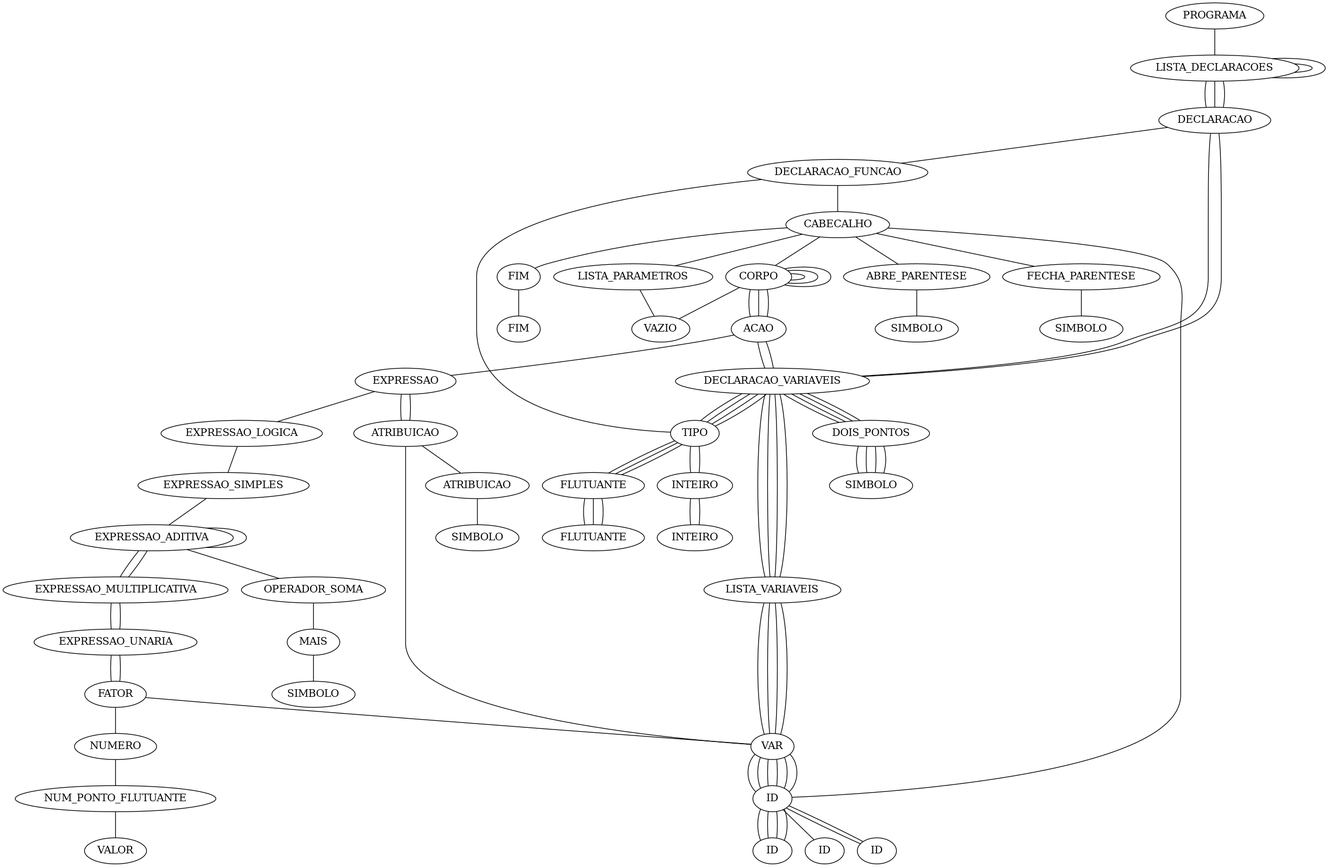
Earlier version of the Graphviz export semantica-testes/sema-007.tpp.ast2.png (CaioCintra/CompiladorTpp). Its source is kept beside it as semantica-testes/sema-007.tpp.unique.ast.dot.
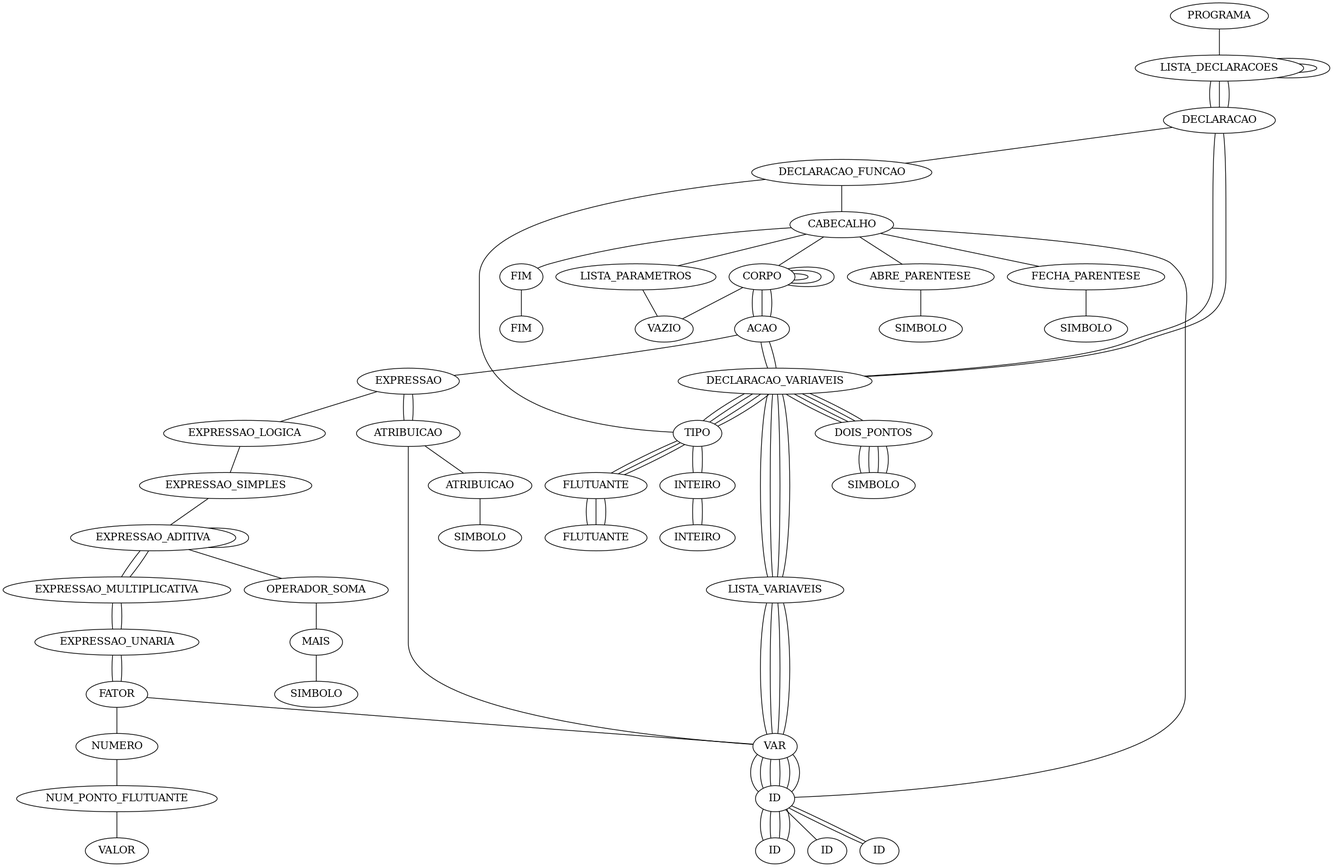
Above is the later version.

Diff of the diagram source:
```diff
@@ -1,195 +1,195 @@
 digraph tree {
-    "0x7f58ed5dc760" [label="programa"];
-    "0x7f58ed5dcfa0" [label="lista_declaracoes"];
-    "0x7f58ed5dc850" [label="lista_declaracoes"];
-    "0x7f58ed5dc430" [label="lista_declaracoes"];
-    "0x7f58ed5dc1c0" [label="declaracao"];
-    "0x7f58ed5dc040" [label="declaracao_variaveis"];
-    "0x7f58ed5dc6a0" [label="tipo"];
-    "0x7f58ed5dc5b0" [label="INTEIRO"];
-    "0x7f58ed5dc250" [label="inteiro"];
-    "0x7f58ed5dc340" [label="dois_pontos"];
-    "0x7f58ed5dc5e0" [label=":"];
-    "0x7f58ed5dc460" [label="lista_variaveis"];
-    "0x7f58ed5dc2b0" [label="var"];
-    "0x7f58ed5dc4f0" [label="ID"];
-    "0x7f58ed5dc700" [label="a"];
-    "0x7f58ed5dc790" [label="declaracao"];
-    "0x7f58ed5dc910" [label="declaracao_variaveis"];
-    "0x7f58ed5dc7c0" [label="tipo"];
-    "0x7f58ed5dc7f0" [label="FLUTUANTE"];
-    "0x7f58ed5dc820" [label="flutuante"];
-    "0x7f58ed5dca30" [label="dois_pontos"];
-    "0x7f58ed5dca60" [label=":"];
-    "0x7f58ed5dc880" [label="lista_variaveis"];
-    "0x7f58ed5dc580" [label="var"];
-    "0x7f58ed5dc610" [label="ID"];
-    "0x7f58ed5dc970" [label="a"];
-    "0x7f58ed5dca90" [label="declaracao"];
-    "0x7f58ed5dc8b0" [label="declaracao_funcao"];
-    "0x7f58ed5dc4c0" [label="tipo"];
-    "0x7f58ed5dc640" [label="INTEIRO"];
-    "0x7f58ed5dcac0" [label="inteiro"];
-    "0x7f58ed5dcd90" [label="cabecalho"];
-    "0x7f58ed5fd220" [label="ID"];
-    "0x7f58ed5fd250" [label="principal"];
-    "0x7f58ed5fd880" [label="ABRE_PARENTESE"];
-    "0x7f58ed5fd8b0" [label="("];
-    "0x7f58ed5dcbe0" [label="lista_parametros"];
-    "0x7f58ed5dc940" [label="vazio"];
-    "0x7f58ed5fd8e0" [label="FECHA_PARENTESE"];
-    "0x7f58ed5fd910" [label=")"];
-    "0x7f58ed5fd7f0" [label="corpo"];
-    "0x7f58ed5dcf70" [label="corpo"];
-    "0x7f58ed5dce80" [label="corpo"];
-    "0x7f58ed5dcd00" [label="corpo"];
-    "0x7f58ed5dcaf0" [label="vazio"];
-    "0x7f58ed5dcd30" [label="acao"];
-    "0x7f58ed5dce20" [label="declaracao_variaveis"];
-    "0x7f58ed5dcc10" [label="tipo"];
-    "0x7f58ed5dcc70" [label="FLUTUANTE"];
-    "0x7f58ed5dcdf0" [label="flutuante"];
-    "0x7f58ed5dcee0" [label="dois_pontos"];
-    "0x7f58ed5fd040" [label=":"];
-    "0x7f58ed5dce50" [label="lista_variaveis"];
-    "0x7f58ed5dcca0" [label="var"];
-    "0x7f58ed5dcc40" [label="ID"];
-    "0x7f58ed5dcf40" [label="a"];
-    "0x7f58ed5dcfd0" [label="acao"];
-    "0x7f58ed5fd0a0" [label="declaracao_variaveis"];
-    "0x7f58ed5dcb80" [label="tipo"];
-    "0x7f58ed5dccd0" [label="FLUTUANTE"];
-    "0x7f58ed5fd070" [label="flutuante"];
-    "0x7f58ed5fd160" [label="dois_pontos"];
-    "0x7f58ed5fd280" [label=":"];
-    "0x7f58ed5fd0d0" [label="lista_variaveis"];
-    "0x7f58ed5dcf10" [label="var"];
-    "0x7f58ed5dceb0" [label="ID"];
-    "0x7f58ed5fd1c0" [label="b"];
-    "0x7f58ed5fd7c0" [label="acao"];
-    "0x7f58ed5fd100" [label="expressao"];
-    "0x7f58ed5fd4f0" [label="atribuicao"];
-    "0x7f58ed5dcdc0" [label="var"];
-    "0x7f58ed5dcd60" [label="ID"];
-    "0x7f58ed5fd2b0" [label="b"];
-    "0x7f58ed5fd490" [label="ATRIBUICAO"];
-    "0x7f58ed5fd760" [label=":="];
-    "0x7f58ed5fd730" [label="expressao"];
-    "0x7f58ed5fd700" [label="expressao_logica"];
-    "0x7f58ed5fd460" [label="expressao_simples"];
-    "0x7f58ed5fd550" [label="expressao_aditiva"];
-    "0x7f58ed5fd340" [label="expressao_aditiva"];
-    "0x7f58ed5fd430" [label="expressao_multiplicativa"];
-    "0x7f58ed5fd2e0" [label="expressao_unaria"];
-    "0x7f58ed5fd310" [label="fator"];
-    "0x7f58ed5fd190" [label="var"];
-    "0x7f58ed5fd130" [label="ID"];
-    "0x7f58ed5fd400" [label="a"];
-    "0x7f58ed5fd5b0" [label="operador_soma"];
-    "0x7f58ed5fd3d0" [label="MAIS"];
-    "0x7f58ed5fd4c0" [label="+"];
-    "0x7f58ed5fd6d0" [label="expressao_multiplicativa"];
-    "0x7f58ed5fd5e0" [label="expressao_unaria"];
-    "0x7f58ed5fd520" [label="fator"];
-    "0x7f58ed5fd370" [label="numero"];
-    "0x7f58ed5fd3a0" [label="NUM_PONTO_FLUTUANTE"];
-    "0x7f58ed5fd6a0" [label="1.0"];
-    "0x7f58ed5fd940" [label="FIM"];
-    "0x7f58ed5fd970" [label="fim"];
-    "0x7f58ed5dc760" -> "0x7f58ed5dcfa0";
-    "0x7f58ed5dcfa0" -> "0x7f58ed5dc850";
-    "0x7f58ed5dcfa0" -> "0x7f58ed5dca90";
-    "0x7f58ed5dc850" -> "0x7f58ed5dc430";
-    "0x7f58ed5dc850" -> "0x7f58ed5dc790";
-    "0x7f58ed5dc430" -> "0x7f58ed5dc1c0";
-    "0x7f58ed5dc1c0" -> "0x7f58ed5dc040";
-    "0x7f58ed5dc040" -> "0x7f58ed5dc6a0";
-    "0x7f58ed5dc040" -> "0x7f58ed5dc340";
-    "0x7f58ed5dc040" -> "0x7f58ed5dc460";
-    "0x7f58ed5dc6a0" -> "0x7f58ed5dc5b0";
-    "0x7f58ed5dc5b0" -> "0x7f58ed5dc250";
-    "0x7f58ed5dc340" -> "0x7f58ed5dc5e0";
-    "0x7f58ed5dc460" -> "0x7f58ed5dc2b0";
-    "0x7f58ed5dc2b0" -> "0x7f58ed5dc4f0";
-    "0x7f58ed5dc4f0" -> "0x7f58ed5dc700";
-    "0x7f58ed5dc790" -> "0x7f58ed5dc910";
-    "0x7f58ed5dc910" -> "0x7f58ed5dc7c0";
-    "0x7f58ed5dc910" -> "0x7f58ed5dca30";
-    "0x7f58ed5dc910" -> "0x7f58ed5dc880";
-    "0x7f58ed5dc7c0" -> "0x7f58ed5dc7f0";
-    "0x7f58ed5dc7f0" -> "0x7f58ed5dc820";
-    "0x7f58ed5dca30" -> "0x7f58ed5dca60";
-    "0x7f58ed5dc880" -> "0x7f58ed5dc580";
-    "0x7f58ed5dc580" -> "0x7f58ed5dc610";
-    "0x7f58ed5dc610" -> "0x7f58ed5dc970";
-    "0x7f58ed5dca90" -> "0x7f58ed5dc8b0";
-    "0x7f58ed5dc8b0" -> "0x7f58ed5dc4c0";
-    "0x7f58ed5dc8b0" -> "0x7f58ed5dcd90";
-    "0x7f58ed5dc4c0" -> "0x7f58ed5dc640";
-    "0x7f58ed5dc640" -> "0x7f58ed5dcac0";
-    "0x7f58ed5dcd90" -> "0x7f58ed5fd220";
-    "0x7f58ed5dcd90" -> "0x7f58ed5fd880";
-    "0x7f58ed5dcd90" -> "0x7f58ed5dcbe0";
-    "0x7f58ed5dcd90" -> "0x7f58ed5fd8e0";
-    "0x7f58ed5dcd90" -> "0x7f58ed5fd7f0";
-    "0x7f58ed5dcd90" -> "0x7f58ed5fd940";
-    "0x7f58ed5fd220" -> "0x7f58ed5fd250";
-    "0x7f58ed5fd880" -> "0x7f58ed5fd8b0";
-    "0x7f58ed5dcbe0" -> "0x7f58ed5dc940";
-    "0x7f58ed5fd8e0" -> "0x7f58ed5fd910";
-    "0x7f58ed5fd7f0" -> "0x7f58ed5dcf70";
-    "0x7f58ed5fd7f0" -> "0x7f58ed5fd7c0";
-    "0x7f58ed5dcf70" -> "0x7f58ed5dce80";
-    "0x7f58ed5dcf70" -> "0x7f58ed5dcfd0";
-    "0x7f58ed5dce80" -> "0x7f58ed5dcd00";
-    "0x7f58ed5dce80" -> "0x7f58ed5dcd30";
-    "0x7f58ed5dcd00" -> "0x7f58ed5dcaf0";
-    "0x7f58ed5dcd30" -> "0x7f58ed5dce20";
-    "0x7f58ed5dce20" -> "0x7f58ed5dcc10";
-    "0x7f58ed5dce20" -> "0x7f58ed5dcee0";
-    "0x7f58ed5dce20" -> "0x7f58ed5dce50";
-    "0x7f58ed5dcc10" -> "0x7f58ed5dcc70";
-    "0x7f58ed5dcc70" -> "0x7f58ed5dcdf0";
-    "0x7f58ed5dcee0" -> "0x7f58ed5fd040";
-    "0x7f58ed5dce50" -> "0x7f58ed5dcca0";
-    "0x7f58ed5dcca0" -> "0x7f58ed5dcc40";
-    "0x7f58ed5dcc40" -> "0x7f58ed5dcf40";
-    "0x7f58ed5dcfd0" -> "0x7f58ed5fd0a0";
-    "0x7f58ed5fd0a0" -> "0x7f58ed5dcb80";
-    "0x7f58ed5fd0a0" -> "0x7f58ed5fd160";
-    "0x7f58ed5fd0a0" -> "0x7f58ed5fd0d0";
-    "0x7f58ed5dcb80" -> "0x7f58ed5dccd0";
-    "0x7f58ed5dccd0" -> "0x7f58ed5fd070";
-    "0x7f58ed5fd160" -> "0x7f58ed5fd280";
-    "0x7f58ed5fd0d0" -> "0x7f58ed5dcf10";
-    "0x7f58ed5dcf10" -> "0x7f58ed5dceb0";
-    "0x7f58ed5dceb0" -> "0x7f58ed5fd1c0";
-    "0x7f58ed5fd7c0" -> "0x7f58ed5fd100";
-    "0x7f58ed5fd100" -> "0x7f58ed5fd4f0";
-    "0x7f58ed5fd4f0" -> "0x7f58ed5dcdc0";
-    "0x7f58ed5fd4f0" -> "0x7f58ed5fd490";
-    "0x7f58ed5fd4f0" -> "0x7f58ed5fd730";
-    "0x7f58ed5dcdc0" -> "0x7f58ed5dcd60";
-    "0x7f58ed5dcd60" -> "0x7f58ed5fd2b0";
-    "0x7f58ed5fd490" -> "0x7f58ed5fd760";
-    "0x7f58ed5fd730" -> "0x7f58ed5fd700";
-    "0x7f58ed5fd700" -> "0x7f58ed5fd460";
-    "0x7f58ed5fd460" -> "0x7f58ed5fd550";
-    "0x7f58ed5fd550" -> "0x7f58ed5fd340";
-    "0x7f58ed5fd550" -> "0x7f58ed5fd5b0";
-    "0x7f58ed5fd550" -> "0x7f58ed5fd6d0";
-    "0x7f58ed5fd340" -> "0x7f58ed5fd430";
-    "0x7f58ed5fd430" -> "0x7f58ed5fd2e0";
-    "0x7f58ed5fd2e0" -> "0x7f58ed5fd310";
-    "0x7f58ed5fd310" -> "0x7f58ed5fd190";
-    "0x7f58ed5fd190" -> "0x7f58ed5fd130";
-    "0x7f58ed5fd130" -> "0x7f58ed5fd400";
-    "0x7f58ed5fd5b0" -> "0x7f58ed5fd3d0";
-    "0x7f58ed5fd3d0" -> "0x7f58ed5fd4c0";
-    "0x7f58ed5fd6d0" -> "0x7f58ed5fd5e0";
-    "0x7f58ed5fd5e0" -> "0x7f58ed5fd520";
-    "0x7f58ed5fd520" -> "0x7f58ed5fd370";
-    "0x7f58ed5fd370" -> "0x7f58ed5fd3a0";
-    "0x7f58ed5fd3a0" -> "0x7f58ed5fd6a0";
-    "0x7f58ed5fd940" -> "0x7f58ed5fd970";
+    "0x7f14ed8459d0" [label="programa"];
+    "0x7f14ed845b50" [label="lista_declaracoes"];
+    "0x7f14ed845b20" [label="lista_declaracoes"];
+    "0x7f14ed845850" [label="lista_declaracoes"];
+    "0x7f14ed845670" [label="declaracao"];
+    "0x7f14ed845430" [label="declaracao_variaveis"];
+    "0x7f14ed845700" [label="tipo"];
+    "0x7f14ed845550" [label="INTEIRO"];
+    "0x7f14ed845520" [label="inteiro"];
+    "0x7f14ed8457c0" [label="dois_pontos"];
+    "0x7f14ed8457f0" [label=":"];
+    "0x7f14ed845820" [label="lista_variaveis"];
+    "0x7f14ed8452e0" [label="var"];
+    "0x7f14ed845880" [label="ID"];
+    "0x7f14ed845970" [label="a"];
+    "0x7f14ed845a00" [label="declaracao"];
+    "0x7f14ed845ac0" [label="declaracao_variaveis"];
+    "0x7f14ed845a30" [label="tipo"];
+    "0x7f14ed845a60" [label="FLUTUANTE"];
+    "0x7f14ed845a90" [label="flutuante"];
+    "0x7f14ed845b80" [label="dois_pontos"];
+    "0x7f14ed845ca0" [label=":"];
+    "0x7f14ed845af0" [label="lista_variaveis"];
+    "0x7f14ed845940" [label="var"];
+    "0x7f14ed8455e0" [label="ID"];
+    "0x7f14ed845be0" [label="a"];
+    "0x7f14ed845c70" [label="declaracao"];
+    "0x7f14ed8459a0" [label="declaracao_funcao"];
+    "0x7f14ed8458e0" [label="tipo"];
+    "0x7f14ed845490" [label="INTEIRO"];
+    "0x7f14ed845cd0" [label="inteiro"];
+    "0x7f14ed7ea250" [label="cabecalho"];
+    "0x7f14ed7ea040" [label="ID"];
+    "0x7f14ed7ea490" [label="principal"];
+    "0x7f14ed7ea220" [label="ABRE_PARENTESE"];
+    "0x7f14ed7eaaf0" [label="("];
+    "0x7f14ed845e50" [label="lista_parametros"];
+    "0x7f14ed845bb0" [label="vazio"];
+    "0x7f14ed7eab20" [label="FECHA_PARENTESE"];
+    "0x7f14ed7eab50" [label=")"];
+    "0x7f14ed7eaa60" [label="corpo"];
+    "0x7f14ed7ea370" [label="corpo"];
+    "0x7f14ed7ea130" [label="corpo"];
+    "0x7f14ed845f70" [label="corpo"];
+    "0x7f14ed845d00" [label="vazio"];
+    "0x7f14ed845fa0" [label="acao"];
+    "0x7f14ed7ea0d0" [label="declaracao_variaveis"];
+    "0x7f14ed845e80" [label="tipo"];
+    "0x7f14ed845ee0" [label="FLUTUANTE"];
+    "0x7f14ed7ea0a0" [label="flutuante"];
+    "0x7f14ed7ea190" [label="dois_pontos"];
+    "0x7f14ed7ea2b0" [label=":"];
+    "0x7f14ed7ea100" [label="lista_variaveis"];
+    "0x7f14ed845f10" [label="var"];
+    "0x7f14ed845eb0" [label="ID"];
+    "0x7f14ed7ea1f0" [label="a"];
+    "0x7f14ed7ea280" [label="acao"];
+    "0x7f14ed7ea310" [label="declaracao_variaveis"];
+    "0x7f14ed845df0" [label="tipo"];
+    "0x7f14ed845f40" [label="FLUTUANTE"];
+    "0x7f14ed7ea2e0" [label="flutuante"];
+    "0x7f14ed7ea3d0" [label="dois_pontos"];
+    "0x7f14ed7ea4f0" [label=":"];
+    "0x7f14ed7ea340" [label="lista_variaveis"];
+    "0x7f14ed7ea1c0" [label="var"];
+    "0x7f14ed7ea160" [label="ID"];
+    "0x7f14ed7ea430" [label="b"];
+    "0x7f14ed7eaa30" [label="acao"];
+    "0x7f14ed7ea4c0" [label="expressao"];
+    "0x7f14ed7ea760" [label="atribuicao"];
+    "0x7f14ed845fd0" [label="var"];
+    "0x7f14ed7ea070" [label="ID"];
+    "0x7f14ed7ea520" [label="b"];
+    "0x7f14ed7ea700" [label="ATRIBUICAO"];
+    "0x7f14ed7ea9d0" [label=":="];
+    "0x7f14ed7ea9a0" [label="expressao"];
+    "0x7f14ed7ea970" [label="expressao_logica"];
+    "0x7f14ed7ea6d0" [label="expressao_simples"];
+    "0x7f14ed7ea7c0" [label="expressao_aditiva"];
+    "0x7f14ed7ea5b0" [label="expressao_aditiva"];
+    "0x7f14ed7ea6a0" [label="expressao_multiplicativa"];
+    "0x7f14ed7ea550" [label="expressao_unaria"];
+    "0x7f14ed7ea580" [label="fator"];
+    "0x7f14ed7ea400" [label="var"];
+    "0x7f14ed7ea3a0" [label="ID"];
+    "0x7f14ed7ea670" [label="a"];
+    "0x7f14ed7ea820" [label="operador_soma"];
+    "0x7f14ed7ea640" [label="MAIS"];
+    "0x7f14ed7ea730" [label="+"];
+    "0x7f14ed7ea940" [label="expressao_multiplicativa"];
+    "0x7f14ed7ea850" [label="expressao_unaria"];
+    "0x7f14ed7ea790" [label="fator"];
+    "0x7f14ed7ea5e0" [label="numero"];
+    "0x7f14ed7ea610" [label="NUM_PONTO_FLUTUANTE"];
+    "0x7f14ed7ea910" [label="1.0"];
+    "0x7f14ed7eab80" [label="FIM"];
+    "0x7f14ed7eabb0" [label="fim"];
+    "0x7f14ed8459d0" -> "0x7f14ed845b50";
+    "0x7f14ed845b50" -> "0x7f14ed845b20";
+    "0x7f14ed845b50" -> "0x7f14ed845c70";
+    "0x7f14ed845b20" -> "0x7f14ed845850";
+    "0x7f14ed845b20" -> "0x7f14ed845a00";
+    "0x7f14ed845850" -> "0x7f14ed845670";
+    "0x7f14ed845670" -> "0x7f14ed845430";
+    "0x7f14ed845430" -> "0x7f14ed845700";
+    "0x7f14ed845430" -> "0x7f14ed8457c0";
+    "0x7f14ed845430" -> "0x7f14ed845820";
+    "0x7f14ed845700" -> "0x7f14ed845550";
+    "0x7f14ed845550" -> "0x7f14ed845520";
+    "0x7f14ed8457c0" -> "0x7f14ed8457f0";
+    "0x7f14ed845820" -> "0x7f14ed8452e0";
+    "0x7f14ed8452e0" -> "0x7f14ed845880";
+    "0x7f14ed845880" -> "0x7f14ed845970";
+    "0x7f14ed845a00" -> "0x7f14ed845ac0";
+    "0x7f14ed845ac0" -> "0x7f14ed845a30";
+    "0x7f14ed845ac0" -> "0x7f14ed845b80";
+    "0x7f14ed845ac0" -> "0x7f14ed845af0";
+    "0x7f14ed845a30" -> "0x7f14ed845a60";
+    "0x7f14ed845a60" -> "0x7f14ed845a90";
+    "0x7f14ed845b80" -> "0x7f14ed845ca0";
+    "0x7f14ed845af0" -> "0x7f14ed845940";
+    "0x7f14ed845940" -> "0x7f14ed8455e0";
+    "0x7f14ed8455e0" -> "0x7f14ed845be0";
+    "0x7f14ed845c70" -> "0x7f14ed8459a0";
+    "0x7f14ed8459a0" -> "0x7f14ed8458e0";
+    "0x7f14ed8459a0" -> "0x7f14ed7ea250";
+    "0x7f14ed8458e0" -> "0x7f14ed845490";
+    "0x7f14ed845490" -> "0x7f14ed845cd0";
+    "0x7f14ed7ea250" -> "0x7f14ed7ea040";
+    "0x7f14ed7ea250" -> "0x7f14ed7ea220";
+    "0x7f14ed7ea250" -> "0x7f14ed845e50";
+    "0x7f14ed7ea250" -> "0x7f14ed7eab20";
+    "0x7f14ed7ea250" -> "0x7f14ed7eaa60";
+    "0x7f14ed7ea250" -> "0x7f14ed7eab80";
+    "0x7f14ed7ea040" -> "0x7f14ed7ea490";
+    "0x7f14ed7ea220" -> "0x7f14ed7eaaf0";
+    "0x7f14ed845e50" -> "0x7f14ed845bb0";
+    "0x7f14ed7eab20" -> "0x7f14ed7eab50";
+    "0x7f14ed7eaa60" -> "0x7f14ed7ea370";
+    "0x7f14ed7eaa60" -> "0x7f14ed7eaa30";
+    "0x7f14ed7ea370" -> "0x7f14ed7ea130";
+    "0x7f14ed7ea370" -> "0x7f14ed7ea280";
+    "0x7f14ed7ea130" -> "0x7f14ed845f70";
+    "0x7f14ed7ea130" -> "0x7f14ed845fa0";
+    "0x7f14ed845f70" -> "0x7f14ed845d00";
+    "0x7f14ed845fa0" -> "0x7f14ed7ea0d0";
+    "0x7f14ed7ea0d0" -> "0x7f14ed845e80";
+    "0x7f14ed7ea0d0" -> "0x7f14ed7ea190";
+    "0x7f14ed7ea0d0" -> "0x7f14ed7ea100";
+    "0x7f14ed845e80" -> "0x7f14ed845ee0";
+    "0x7f14ed845ee0" -> "0x7f14ed7ea0a0";
+    "0x7f14ed7ea190" -> "0x7f14ed7ea2b0";
+    "0x7f14ed7ea100" -> "0x7f14ed845f10";
+    "0x7f14ed845f10" -> "0x7f14ed845eb0";
+    "0x7f14ed845eb0" -> "0x7f14ed7ea1f0";
+    "0x7f14ed7ea280" -> "0x7f14ed7ea310";
+    "0x7f14ed7ea310" -> "0x7f14ed845df0";
+    "0x7f14ed7ea310" -> "0x7f14ed7ea3d0";
+    "0x7f14ed7ea310" -> "0x7f14ed7ea340";
+    "0x7f14ed845df0" -> "0x7f14ed845f40";
+    "0x7f14ed845f40" -> "0x7f14ed7ea2e0";
+    "0x7f14ed7ea3d0" -> "0x7f14ed7ea4f0";
+    "0x7f14ed7ea340" -> "0x7f14ed7ea1c0";
+    "0x7f14ed7ea1c0" -> "0x7f14ed7ea160";
+    "0x7f14ed7ea160" -> "0x7f14ed7ea430";
+    "0x7f14ed7eaa30" -> "0x7f14ed7ea4c0";
+    "0x7f14ed7ea4c0" -> "0x7f14ed7ea760";
+    "0x7f14ed7ea760" -> "0x7f14ed845fd0";
+    "0x7f14ed7ea760" -> "0x7f14ed7ea700";
+    "0x7f14ed7ea760" -> "0x7f14ed7ea9a0";
+    "0x7f14ed845fd0" -> "0x7f14ed7ea070";
+    "0x7f14ed7ea070" -> "0x7f14ed7ea520";
+    "0x7f14ed7ea700" -> "0x7f14ed7ea9d0";
+    "0x7f14ed7ea9a0" -> "0x7f14ed7ea970";
+    "0x7f14ed7ea970" -> "0x7f14ed7ea6d0";
+    "0x7f14ed7ea6d0" -> "0x7f14ed7ea7c0";
+    "0x7f14ed7ea7c0" -> "0x7f14ed7ea5b0";
+    "0x7f14ed7ea7c0" -> "0x7f14ed7ea820";
+    "0x7f14ed7ea7c0" -> "0x7f14ed7ea940";
+    "0x7f14ed7ea5b0" -> "0x7f14ed7ea6a0";
+    "0x7f14ed7ea6a0" -> "0x7f14ed7ea550";
+    "0x7f14ed7ea550" -> "0x7f14ed7ea580";
+    "0x7f14ed7ea580" -> "0x7f14ed7ea400";
+    "0x7f14ed7ea400" -> "0x7f14ed7ea3a0";
+    "0x7f14ed7ea3a0" -> "0x7f14ed7ea670";
+    "0x7f14ed7ea820" -> "0x7f14ed7ea640";
+    "0x7f14ed7ea640" -> "0x7f14ed7ea730";
+    "0x7f14ed7ea940" -> "0x7f14ed7ea850";
+    "0x7f14ed7ea850" -> "0x7f14ed7ea790";
+    "0x7f14ed7ea790" -> "0x7f14ed7ea5e0";
+    "0x7f14ed7ea5e0" -> "0x7f14ed7ea610";
+    "0x7f14ed7ea610" -> "0x7f14ed7ea910";
+    "0x7f14ed7eab80" -> "0x7f14ed7eabb0";
 }
```
